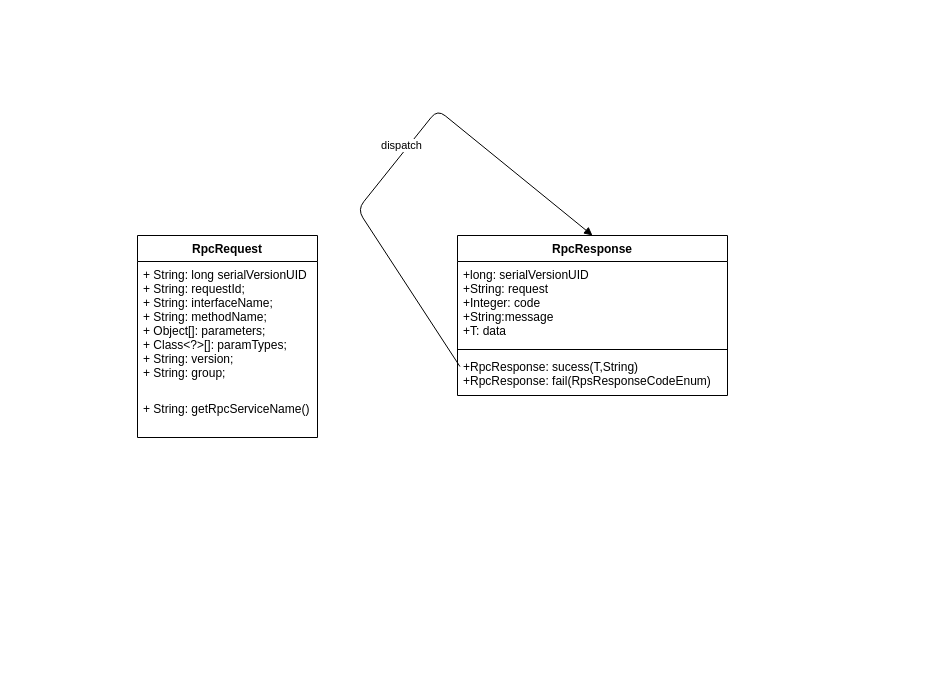
887412/51-microcontroller_InfraredCalcCulator keeps this draw.io diagram as Untitled Diagram.drawio. Above is the earlier version. Source tidied: cells renumbered, new cells numbered last; positions are measured from the earlier drawing's top-left corner, leaving out a move shared by most shapes. Both pictures are drawn from the tidied source at 100%, with x=0, y=0 at pixel (137, 109).
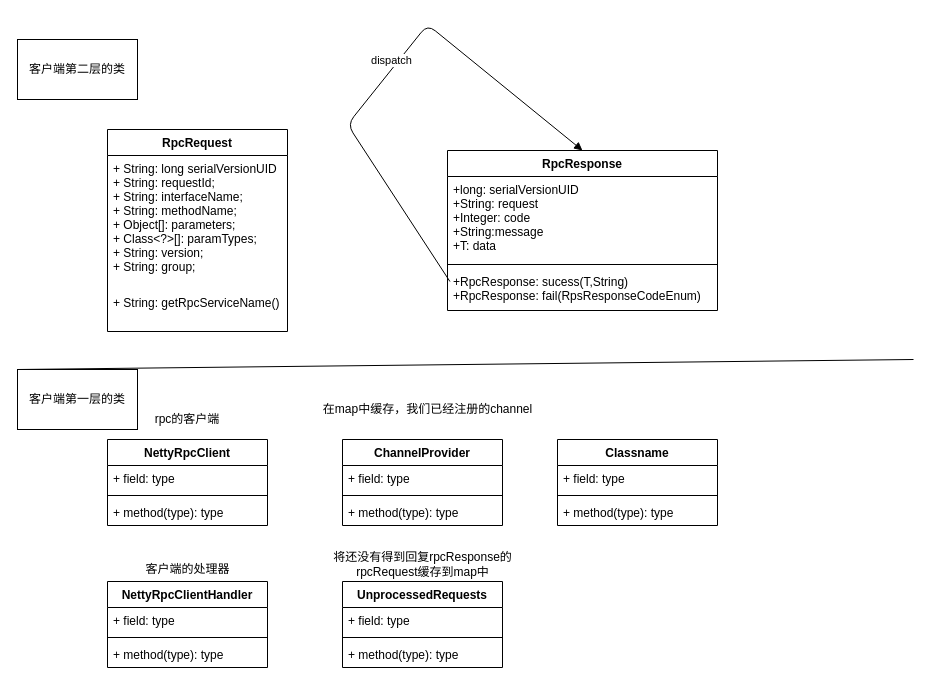
The same diagram, later.

The edit, as a diff of the source:
```diff
@@
     <mxCell id="2" value="RpcRequest" style="swimlane;fontStyle=1;align=center;verticalAlign=top;horizontal=1;startSize=26;" parent="1" vertex="1">
-      <mxGeometry y="126" width="180" height="202" as="geometry" />
+      <mxGeometry x="-30" y="20" width="180" height="202" as="geometry" />
     </mxCell>
@@
     <mxCell id="6" value="RpcResponse" style="swimlane;fontStyle=1;align=center;verticalAlign=top;horizontal=1;startSize=26;" parent="1" vertex="1">
-      <mxGeometry x="320" y="126" width="270" height="160" as="geometry" />
+      <mxGeometry x="310" y="41" width="270" height="160" as="geometry" />
     </mxCell>
@@
+    <mxCell id="11" value="ChannelProvider" style="swimlane;fontStyle=1;align=center;verticalAlign=top;horizontal=1;startSize=26;" parent="1" vertex="1">
+      <mxGeometry x="205" y="330" width="160" height="86" as="geometry" />
+    </mxCell>
+    <mxCell id="12" value="+ field: type" style="text;strokeColor=none;fillColor=none;align=left;verticalAlign=top;spacingLeft=4;spacingRight=4;overflow=hidden;" parent="11" vertex="1">
+      <mxGeometry y="26" width="160" height="26" as="geometry" />
+    </mxCell>
+    <mxCell id="13" style="line;strokeWidth=1;fillColor=none;align=left;verticalAlign=middle;spacingTop=-1;spacingLeft=3;spacingRight=3;labelPosition=right;" parent="11" vertex="1">
+      <mxGeometry y="52" width="160" height="8" as="geometry" />
+    </mxCell>
+    <mxCell id="14" value="+ method(type): type" style="text;strokeColor=none;fillColor=none;align=left;verticalAlign=top;spacingLeft=4;spacingRight=4;overflow=hidden;" parent="11" vertex="1">
+      <mxGeometry y="60" width="160" height="26" as="geometry" />
+    </mxCell>
+    <mxCell id="15" value="NettyRpcClient" style="swimlane;fontStyle=1;align=center;verticalAlign=top;horizontal=1;startSize=26;" parent="1" vertex="1">
+      <mxGeometry x="-30" y="330" width="160" height="86" as="geometry" />
+    </mxCell>
+    <mxCell id="16" value="+ field: type" style="text;strokeColor=none;fillColor=none;align=left;verticalAlign=top;spacingLeft=4;spacingRight=4;overflow=hidden;" parent="15" vertex="1">
+      <mxGeometry y="26" width="160" height="26" as="geometry" />
+    </mxCell>
+    <mxCell id="17" style="line;strokeWidth=1;fillColor=none;align=left;verticalAlign=middle;spacingTop=-1;spacingLeft=3;spacingRight=3;labelPosition=right;" parent="15" vertex="1">
+      <mxGeometry y="52" width="160" height="8" as="geometry" />
+    </mxCell>
+    <mxCell id="18" value="+ method(type): type" style="text;strokeColor=none;fillColor=none;align=left;verticalAlign=top;spacingLeft=4;spacingRight=4;overflow=hidden;" parent="15" vertex="1">
+      <mxGeometry y="60" width="160" height="26" as="geometry" />
+    </mxCell>
+    <mxCell id="19" value="NettyRpcClientHandler" style="swimlane;fontStyle=1;align=center;verticalAlign=top;horizontal=1;startSize=26;" parent="1" vertex="1">
+      <mxGeometry x="-30" y="472" width="160" height="86" as="geometry" />
+    </mxCell>
+    <mxCell id="20" value="+ field: type" style="text;strokeColor=none;fillColor=none;align=left;verticalAlign=top;spacingLeft=4;spacingRight=4;overflow=hidden;" parent="19" vertex="1">
+      <mxGeometry y="26" width="160" height="26" as="geometry" />
+    </mxCell>
+    <mxCell id="21" style="line;strokeWidth=1;fillColor=none;align=left;verticalAlign=middle;spacingTop=-1;spacingLeft=3;spacingRight=3;labelPosition=right;" parent="19" vertex="1">
+      <mxGeometry y="52" width="160" height="8" as="geometry" />
+    </mxCell>
+    <mxCell id="22" value="+ method(type): type" style="text;strokeColor=none;fillColor=none;align=left;verticalAlign=top;spacingLeft=4;spacingRight=4;overflow=hidden;" parent="19" vertex="1">
+      <mxGeometry y="60" width="160" height="26" as="geometry" />
+    </mxCell>
+    <mxCell id="23" value="UnprocessedRequests" style="swimlane;fontStyle=1;align=center;verticalAlign=top;horizontal=1;startSize=26;" parent="1" vertex="1">
+      <mxGeometry x="205" y="472" width="160" height="86" as="geometry" />
+    </mxCell>
+    <mxCell id="24" value="+ field: type" style="text;strokeColor=none;fillColor=none;align=left;verticalAlign=top;spacingLeft=4;spacingRight=4;overflow=hidden;" parent="23" vertex="1">
+      <mxGeometry y="26" width="160" height="26" as="geometry" />
+    </mxCell>
+    <mxCell id="25" style="line;strokeWidth=1;fillColor=none;align=left;verticalAlign=middle;spacingTop=-1;spacingLeft=3;spacingRight=3;labelPosition=right;" parent="23" vertex="1">
+      <mxGeometry y="52" width="160" height="8" as="geometry" />
+    </mxCell>
+    <mxCell id="26" value="+ method(type): type" style="text;strokeColor=none;fillColor=none;align=left;verticalAlign=top;spacingLeft=4;spacingRight=4;overflow=hidden;" parent="23" vertex="1">
+      <mxGeometry y="60" width="160" height="26" as="geometry" />
+    </mxCell>
+    <mxCell id="27" value="rpc的客户端" style="text;html=1;strokeColor=none;fillColor=none;align=center;verticalAlign=middle;whiteSpace=wrap;rounded=0;" parent="1" vertex="1">
+      <mxGeometry x="-5" y="300" width="110" height="20" as="geometry" />
+    </mxCell>
+    <mxCell id="28" value="客户端的处理器" style="text;html=1;align=center;verticalAlign=middle;strokeColor=none;fillColor=none;" parent="1" vertex="1">
+      <mxGeometry y="450" width="100" height="20" as="geometry" />
+    </mxCell>
+    <mxCell id="29" value="在map中缓存，我们已经注册的channel" style="text;html=1;align=center;verticalAlign=middle;strokeColor=none;fillColor=none;" parent="1" vertex="1">
+      <mxGeometry x="180" y="290" width="220" height="20" as="geometry" />
+    </mxCell>
+    <mxCell id="30" value="将还没有得到回复rpcResponse的&lt;br&gt;rpcRequest缓存到map中" style="text;html=1;align=center;verticalAlign=middle;strokeColor=none;fillColor=none;" parent="1" vertex="1">
+      <mxGeometry x="190" y="440" width="190" height="30" as="geometry" />
+    </mxCell>
+    <mxCell id="31" style="endArrow=none;html=1;" parent="1" edge="1">
+      <mxGeometry relative="1" as="geometry">
+        <mxPoint x="-120" y="260" as="sourcePoint" />
+        <mxPoint x="776" y="250" as="targetPoint" />
+      </mxGeometry>
+    </mxCell>
+    <mxCell id="32" value="客户端第二层的类" style="rounded=0;whiteSpace=wrap;html=1;" parent="1" vertex="1">
+      <mxGeometry x="-120" y="-70" width="120" height="60" as="geometry" />
+    </mxCell>
+    <mxCell id="33" value="客户端第一层的类" style="rounded=0;whiteSpace=wrap;html=1;" parent="1" vertex="1">
+      <mxGeometry x="-120" y="260" width="120" height="60" as="geometry" />
+    </mxCell>
+    <mxCell id="34" value="Classname" style="swimlane;fontStyle=1;align=center;verticalAlign=top;horizontal=1;startSize=26;" parent="1" vertex="1">
+      <mxGeometry x="420" y="330" width="160" height="86" as="geometry" />
+    </mxCell>
+    <mxCell id="35" value="+ field: type" style="text;strokeColor=none;fillColor=none;align=left;verticalAlign=top;spacingLeft=4;spacingRight=4;overflow=hidden;" parent="34" vertex="1">
+      <mxGeometry y="26" width="160" height="26" as="geometry" />
+    </mxCell>
+    <mxCell id="36" style="line;strokeWidth=1;fillColor=none;align=left;verticalAlign=middle;spacingTop=-1;spacingLeft=3;spacingRight=3;labelPosition=right;" parent="34" vertex="1">
+      <mxGeometry y="52" width="160" height="8" as="geometry" />
+    </mxCell>
+    <mxCell id="37" value="+ method(type): type" style="text;strokeColor=none;fillColor=none;align=left;verticalAlign=top;spacingLeft=4;spacingRight=4;overflow=hidden;" parent="34" vertex="1">
+      <mxGeometry y="60" width="160" height="26" as="geometry" />
+    </mxCell>
```
